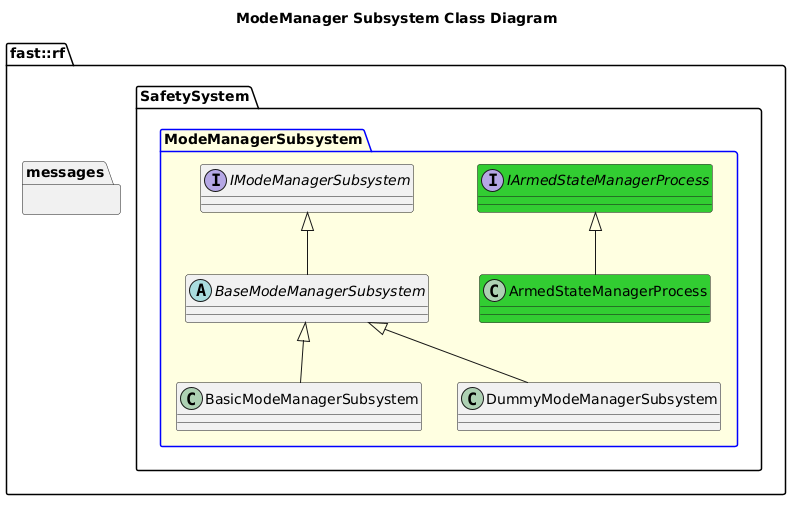
Earlier version of the PlantUML export Systems/Safety/Subsystems/ModeManager/doc/puml/ModeManagerSubsystemClassDiagram.png (fastrobotics/robot_framework).
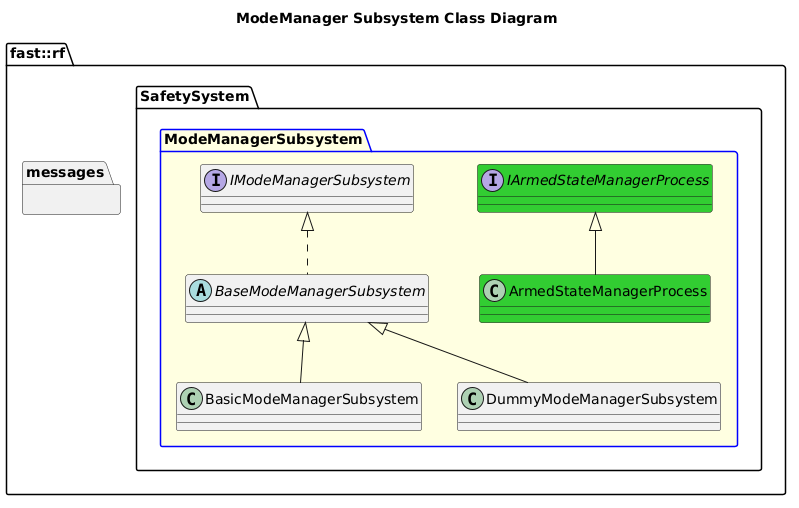
Above is the later version.

What changed in the source:
```diff
@@ -11,7 +11,7 @@
       abstract BaseModeManagerSubsystem {
 
       }
-      BaseModeManagerSubsystem -up-|> IModeManagerSubsystem
+      BaseModeManagerSubsystem .up.|> IModeManagerSubsystem
       class BasicModeManagerSubsystem {
       }
       BasicModeManagerSubsystem -up-|> BaseModeManagerSubsystem
```
